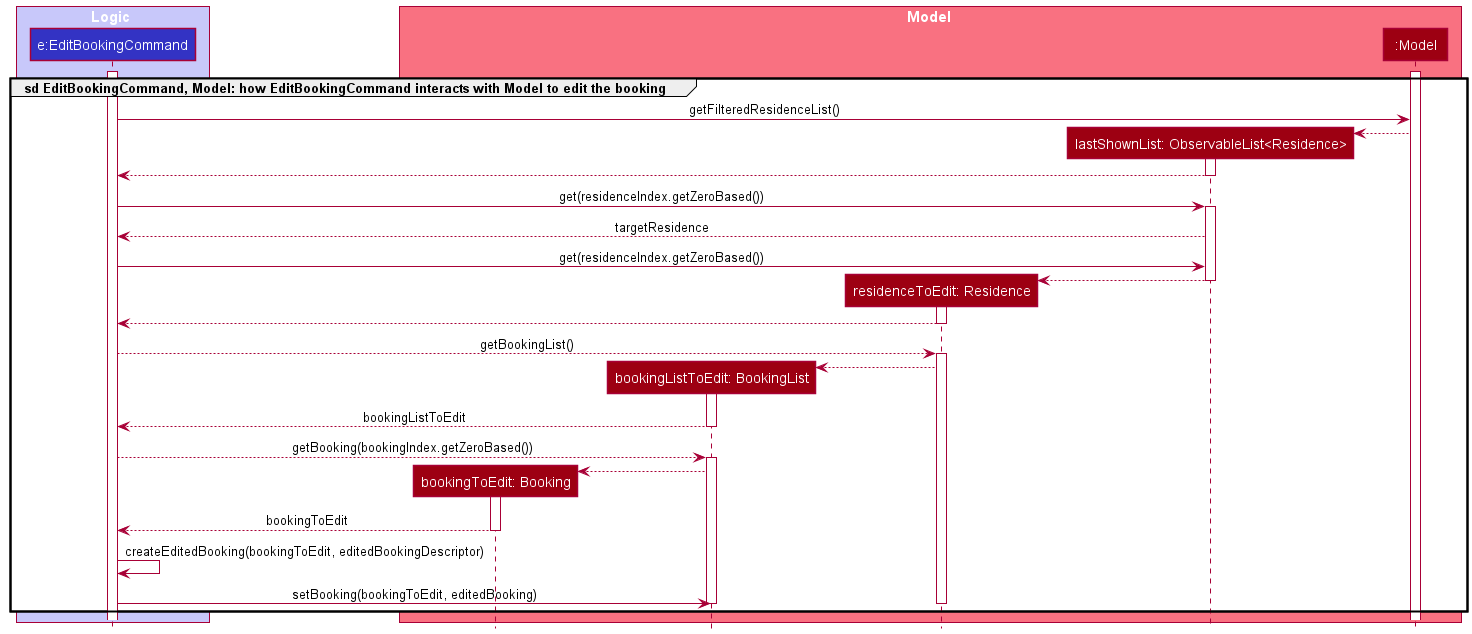
This is docs/images/EditBookingSequenceRefDiagram.png from nus-cs2103-AY2021S2/tp, a PlantUML export, as it was before one commit.
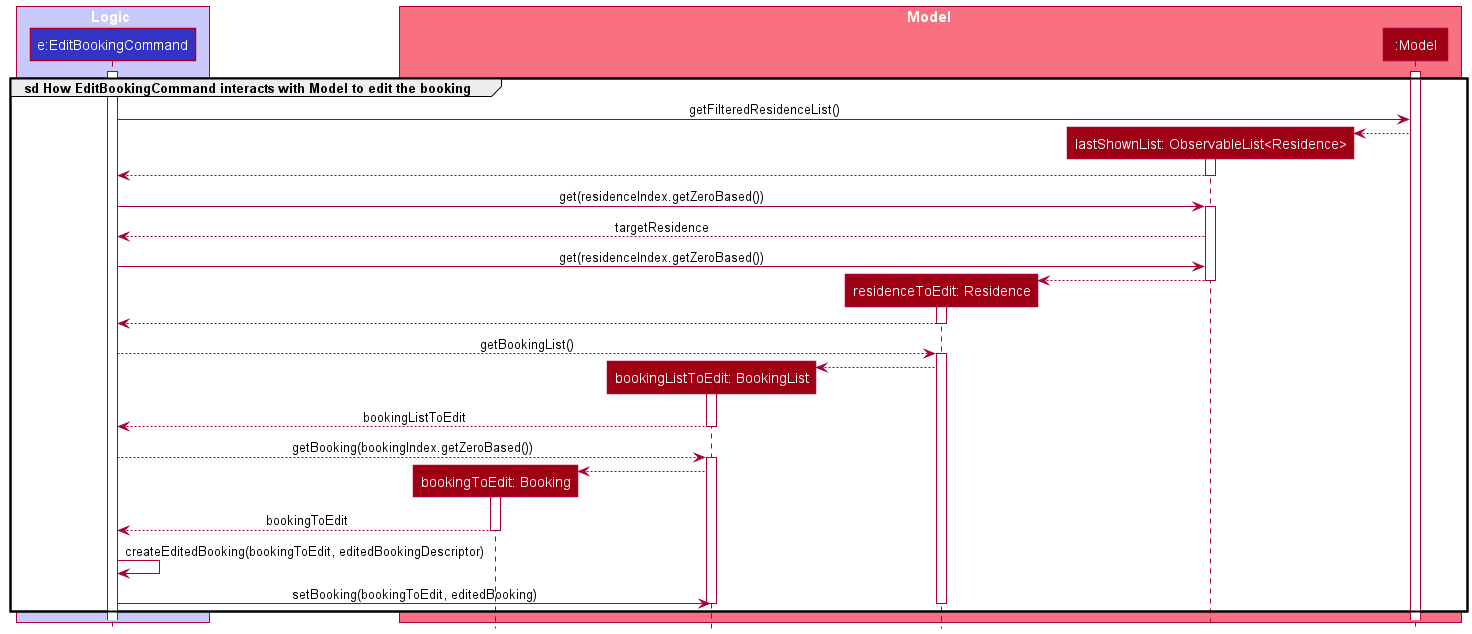
After the commit.

What changed in the source:
```diff
@@ -13,7 +13,7 @@
 participant ":Model" as Model MODEL_COLOR
 end box
 
-group sd EditBookingCommand, Model: how EditBookingCommand interacts with Model to edit the booking
+group sd How EditBookingCommand interacts with Model to edit the booking
     activate EditBookingCommand
     activate Model
     EditBookingCommand -> Model: getFilteredResidenceList()
```
